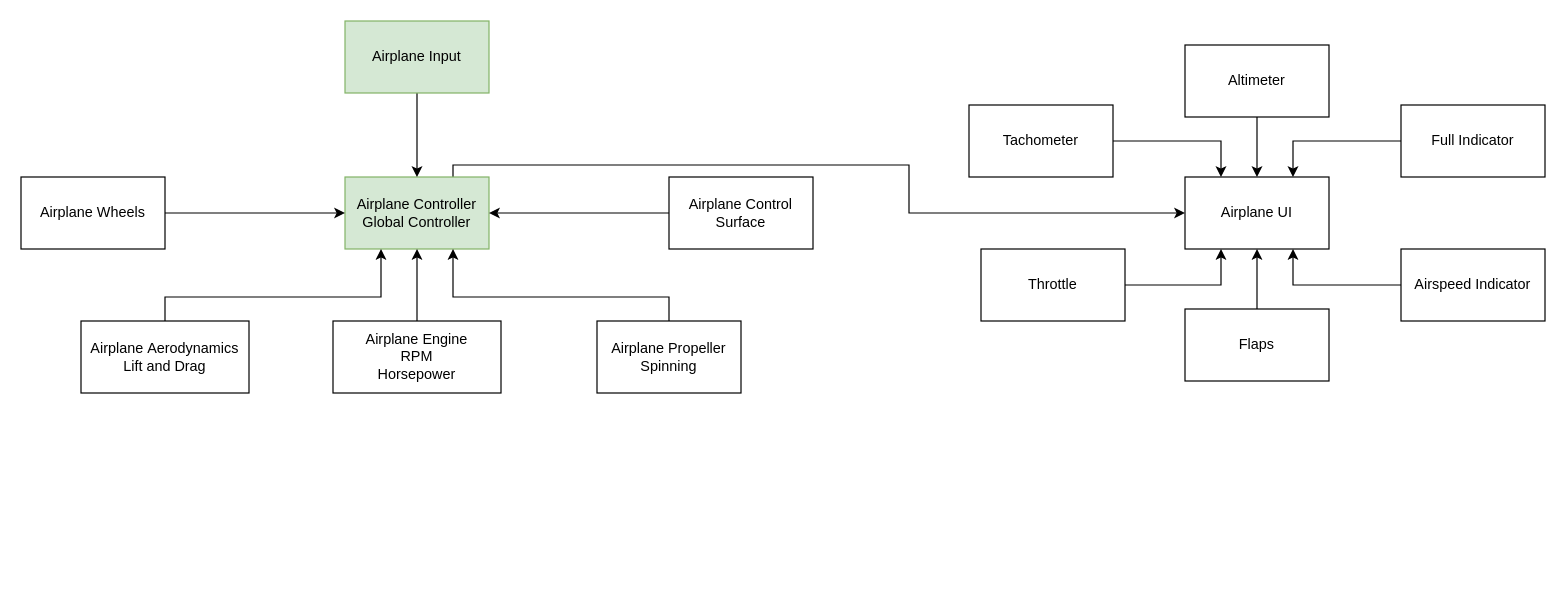
Earlier version of the draw.io diagram Airplane_Physics_Code_Design.drawio (WagnerDavi/Airplane_Physics_Game). Source tidied: cells renumbered, new cells numbered last; positions are measured from the earlier drawing's top-left corner, leaving out a move shared by most shapes. Both pictures are drawn from the tidied source at 120%, with x=0, y=0 at pixel (20, 20).
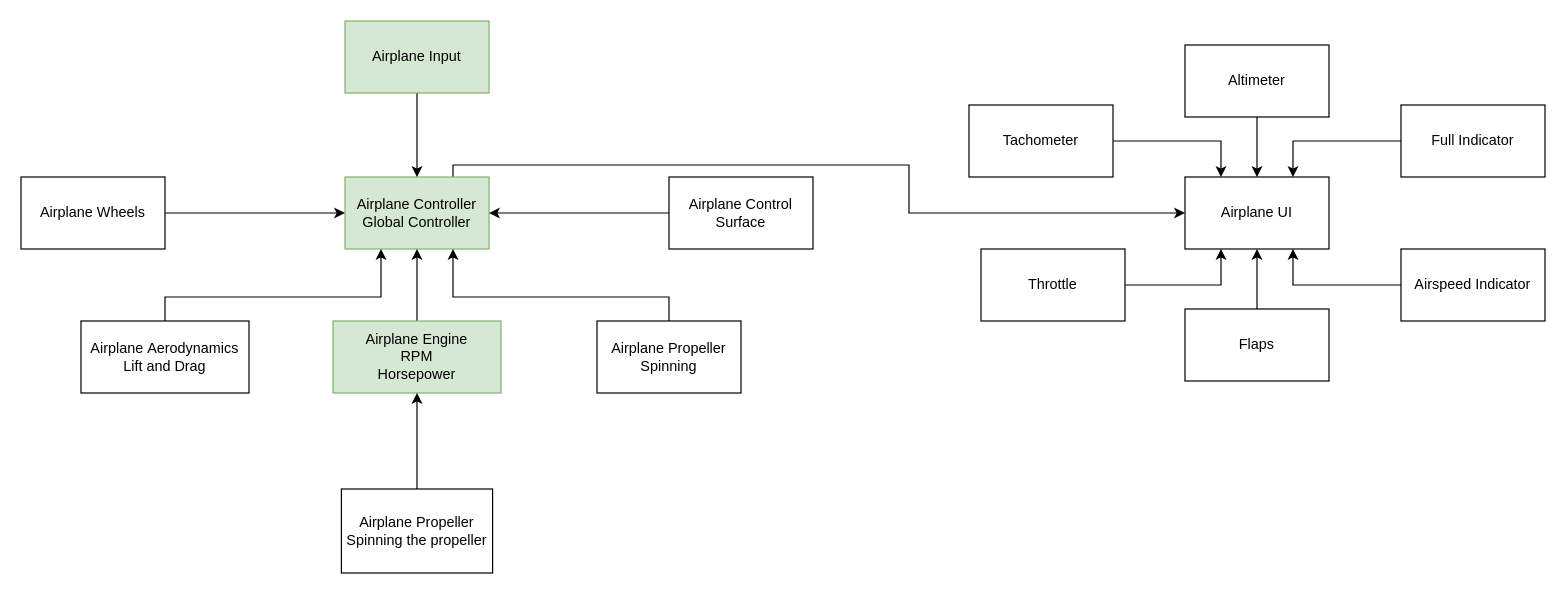
After the change.

What changed in the source:
```diff
@@
-    <mxCell id="9" value="Airplane Engine&lt;br&gt;RPM&lt;br&gt;Horsepower" style="rounded=0;whiteSpace=wrap;html=1;" parent="1" vertex="1">
+    <mxCell id="9" value="Airplane Engine&lt;br&gt;RPM&lt;br&gt;Horsepower" style="rounded=0;whiteSpace=wrap;html=1;fillColor=#d5e8d4;strokeColor=#82b366;" parent="1" vertex="1">
       <mxGeometry x="260" y="250" width="140" height="60" as="geometry" />
     </mxCell>
@@
+    <mxCell id="29" style="edgeStyle=orthogonalEdgeStyle;rounded=0;jettySize=auto;html=1;" parent="1" edge="1" source="30" target="9">
+      <mxGeometry relative="1" as="geometry" />
+    </mxCell>
+    <mxCell id="30" value="Airplane Propeller&lt;br&gt;Spinning the propeller" style="rounded=0;whiteSpace=wrap;html=1;" parent="1" vertex="1">
+      <mxGeometry x="267" y="390" width="126" height="70" as="geometry" />
+    </mxCell>
```
